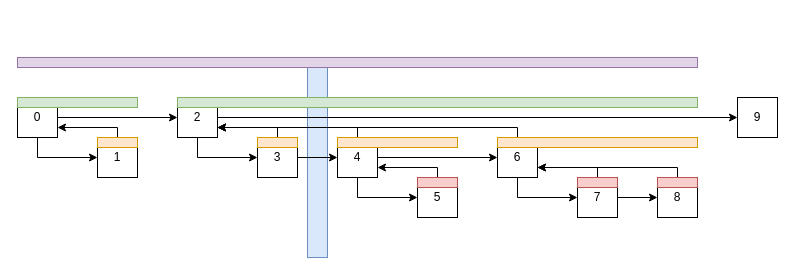
davi2205/drawio-repo keeps this draw.io diagram as doodles.drawio. Above is the earlier version. Source tidied: cells renumbered, new cells numbered last; positions are measured from the earlier drawing's top-left corner, leaving out a move shared by most shapes. Both pictures are drawn from the tidied source at 100%, with x=0, y=0 at pixel (17, 57).
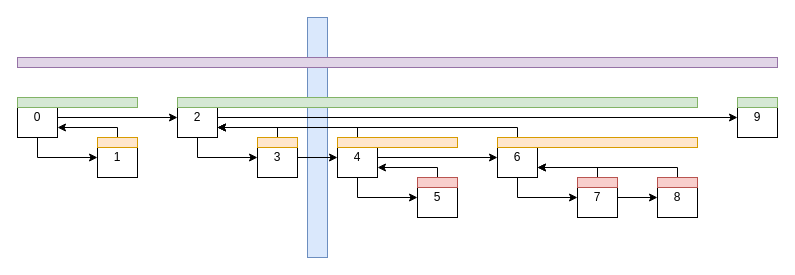
The same page after the edit.

What changed in the source:
```diff
@@
     <mxCell id="2" style="rounded=0;whiteSpace=wrap;html=1;fillColor=#dae8fc;strokeColor=#6c8ebf;" parent="1" vertex="1">
-      <mxGeometry x="290" width="20" height="200" as="geometry" />
+      <mxGeometry x="290" y="-40" width="20" height="240" as="geometry" />
     </mxCell>
@@
     <mxCell id="38" style="rounded=0;whiteSpace=wrap;html=1;fillColor=#e1d5e7;strokeColor=#9673a6;" parent="1" vertex="1">
-      <mxGeometry width="680" height="10" as="geometry" />
+      <mxGeometry width="760" height="10" as="geometry" />
     </mxCell>
+    <mxCell id="39" style="rounded=0;whiteSpace=wrap;html=1;fillColor=#d5e8d4;strokeColor=#82b366;" parent="1" vertex="1">
+      <mxGeometry x="720" y="40" width="40" height="10" as="geometry" />
+    </mxCell>
```
